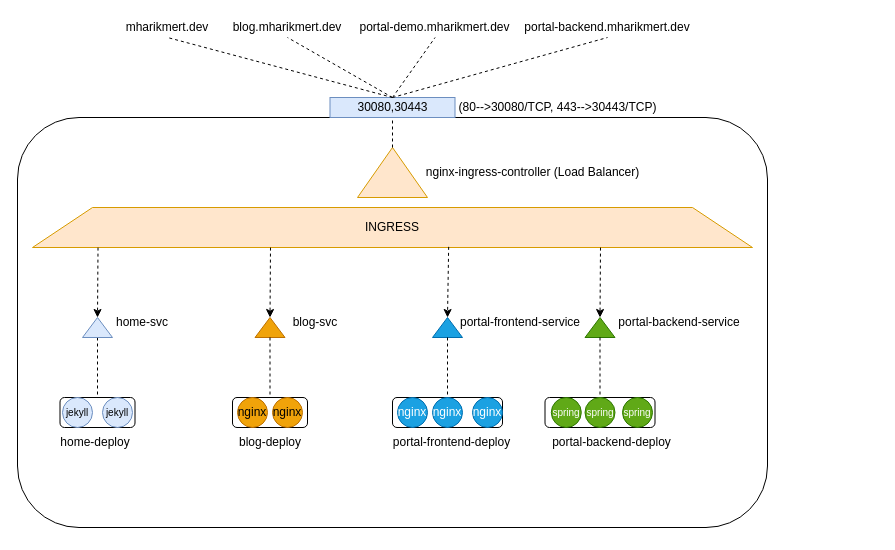
mharikmert/mharikmert.dev-infra keeps this draw.io diagram as infra.drawio. Above is the earlier version. Source tidied: cells renumbered, new cells numbered last; positions are measured from the earlier drawing's top-left corner, leaving out a move shared by most shapes. Both pictures are drawn from the tidied source at 100%, with x=0, y=0 at pixel (17, 17).
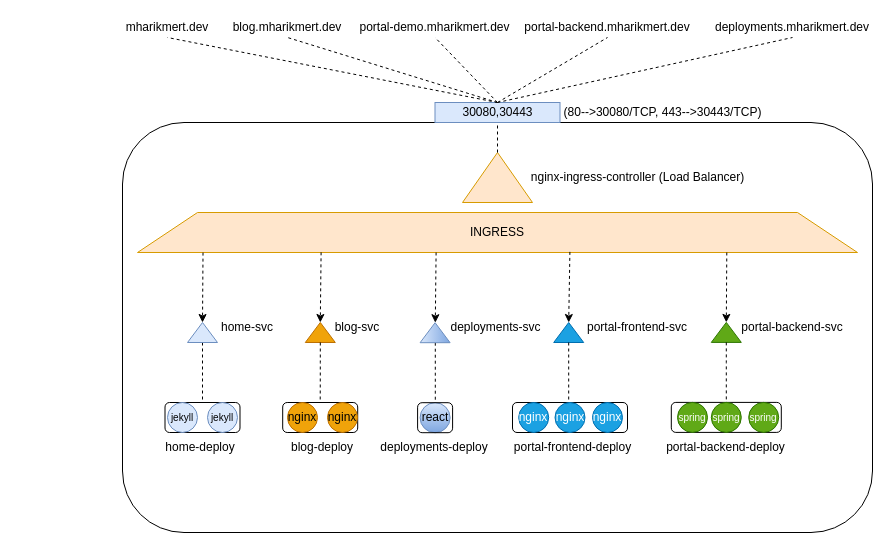
Above is the later version.

Unchanged cells that the change refers to:
```xml
<mxCell id="2" value="portal-demo.mharikmert.dev" style="text;html=1;strokeColor=none;fillColor=none;align=center;verticalAlign=middle;whiteSpace=wrap;rounded=0;" parent="1" vertex="1">
  <mxGeometry x="340.2" width="154.8" height="20" as="geometry" />
</mxCell>
```

The edit, as a diff of the source:
```diff
@@
     <mxCell id="6" style="rounded=1;whiteSpace=wrap;html=1;fillColor=default;" parent="1" vertex="1">
-      <mxGeometry y="100" width="750" height="410" as="geometry" />
+      <mxGeometry x="105" y="105" width="750" height="410" as="geometry" />
     </mxCell>
     <mxCell id="7" style="shape=trapezoid;perimeter=trapezoidPerimeter;whiteSpace=wrap;html=1;fixedSize=1;size=60;fillColor=#ffe6cc;strokeColor=#d79b00;" parent="1" vertex="1">
-      <mxGeometry x="15" y="190" width="720" height="40" as="geometry" />
+      <mxGeometry x="120" y="195" width="720" height="40" as="geometry" />
     </mxCell>
     <mxCell id="8" value="INGRESS" style="text;html=1;strokeColor=none;fillColor=none;align=center;verticalAlign=middle;whiteSpace=wrap;rounded=0;" parent="1" vertex="1">
-      <mxGeometry x="345" y="195" width="60" height="30" as="geometry" />
+      <mxGeometry x="450" y="200" width="60" height="30" as="geometry" />
     </mxCell>
     <mxCell id="9" style="triangle;whiteSpace=wrap;html=1;direction=north;fillColor=#ffe6cc;strokeColor=#d79b00;" parent="1" vertex="1">
-      <mxGeometry x="340" y="130" width="70" height="50" as="geometry" />
+      <mxGeometry x="445" y="135" width="70" height="50" as="geometry" />
     </mxCell>
     <mxCell id="10" value="nginx-ingress-controller (Load Balancer)" style="text;html=1;align=center;verticalAlign=middle;strokeColor=none;fillColor=none;" parent="1" vertex="1">
-      <mxGeometry x="395" y="140" width="240" height="30" as="geometry" />
+      <mxGeometry x="500" y="145" width="240" height="30" as="geometry" />
     </mxCell>
@@
     <mxCell id="12" value="30080,30443" style="rounded=0;whiteSpace=wrap;html=1;strokeColor=#6c8ebf;fillColor=#dae8fc;" parent="1" vertex="1">
-      <mxGeometry x="312.5" y="80" width="125" height="20" as="geometry" />
+      <mxGeometry x="417.5" y="85" width="125" height="20" as="geometry" />
     </mxCell>
     <mxCell id="13" value="(80--&amp;gt;30080/TCP, 443--&amp;gt;30443/TCP)" style="text;html=1;align=center;verticalAlign=middle;strokeColor=none;fillColor=none;" parent="1" vertex="1">
-      <mxGeometry x="430" y="75" width="220" height="30" as="geometry" />
+      <mxGeometry x="535" y="80" width="220" height="30" as="geometry" />
     </mxCell>
@@
-    <mxCell id="15" style="endArrow=none;dashed=1;html=1;rounded=0;entryX=0.5;entryY=1;entryDx=0;entryDy=0;" parent="1" edge="1" target="2">
-      <mxGeometry relative="1" as="geometry">
-        <mxPoint x="375" y="80" as="sourcePoint" />
-      </mxGeometry>
+    <mxCell id="15" style="endArrow=none;dashed=1;html=1;rounded=0;entryX=0.5;entryY=1;entryDx=0;entryDy=0;exitX=0.5;exitY=0;exitDx=0;exitDy=0;" parent="1" edge="1" source="12" target="2">
+      <mxGeometry relative="1" as="geometry" />
     </mxCell>
@@
     <mxCell id="20" style="triangle;whiteSpace=wrap;html=1;direction=north;fillColor=#dae8fc;strokeColor=#6c8ebf;" parent="1" vertex="1">
-      <mxGeometry x="65" y="300" width="30" height="20" as="geometry" />
+      <mxGeometry x="170" y="305" width="30" height="20" as="geometry" />
     </mxCell>
     <mxCell id="21" value="home-svc" style="text;html=1;strokeColor=none;fillColor=none;align=center;verticalAlign=middle;whiteSpace=wrap;rounded=0;" parent="1" vertex="1">
-      <mxGeometry x="85" y="290" width="80" height="30" as="geometry" />
+      <mxGeometry x="190" y="295" width="80" height="30" as="geometry" />
     </mxCell>
     <mxCell id="22" style="rounded=1;whiteSpace=wrap;html=1;fontSize=8;fillColor=default;" parent="1" vertex="1">
-      <mxGeometry x="42.5" y="380" width="75" height="30" as="geometry" />
+      <mxGeometry x="147.5" y="385" width="75" height="30" as="geometry" />
     </mxCell>
     <mxCell id="23" value="home-deploy" style="text;html=1;strokeColor=none;fillColor=none;align=center;verticalAlign=middle;whiteSpace=wrap;rounded=0;" parent="1" vertex="1">
-      <mxGeometry x="37.5" y="410" width="80" height="30" as="geometry" />
+      <mxGeometry x="142.5" y="415" width="80" height="30" as="geometry" />
     </mxCell>
     <mxCell id="24" value="&lt;font size=&quot;1&quot;&gt;jekyll&lt;/font&gt;" style="ellipse;whiteSpace=wrap;html=1;fillColor=#dae8fc;strokeColor=#6c8ebf;" parent="1" vertex="1">
-      <mxGeometry x="45" y="380" width="30" height="30" as="geometry" />
+      <mxGeometry x="150" y="385" width="30" height="30" as="geometry" />
     </mxCell>
-    <mxCell id="25" style="endArrow=classic;html=1;rounded=0;exitX=0.091;exitY=1.003;exitDx=0;exitDy=0;exitPerimeter=0;dashed=1;entryX=1;entryY=0.5;entryDx=0;entryDy=0;" parent="1" edge="1" target="26">
-      <mxGeometry relative="1" as="geometry">
-        <mxPoint x="253" y="230.1" as="sourcePoint" />
-      </mxGeometry>
+    <mxCell id="25" style="endArrow=classic;html=1;rounded=0;dashed=1;entryX=1;entryY=0.5;entryDx=0;entryDy=0;exitX=0.255;exitY=0.996;exitDx=0;exitDy=0;exitPerimeter=0;" parent="1" edge="1" source="7" target="26">
+      <mxGeometry relative="1" as="geometry" />
     </mxCell>
     <mxCell id="26" style="triangle;whiteSpace=wrap;html=1;direction=north;fillColor=#f0a30a;strokeColor=#BD7000;fontColor=#000000;" parent="1" vertex="1">
-      <mxGeometry x="237.5" y="300" width="30" height="20" as="geometry" />
+      <mxGeometry x="287.8" y="305" width="30" height="20" as="geometry" />
     </mxCell>
@@
-    <mxCell id="28" style="ellipse;whiteSpace=wrap;html=1;fillColor=#fff2cc;strokeColor=#d6b656;" parent="1" vertex="1">
-      <mxGeometry x="227.5" y="385" width="20" height="20" as="geometry" />
-    </mxCell>
-    <mxCell id="29" style="ellipse;whiteSpace=wrap;html=1;fillColor=#fff2cc;strokeColor=#d6b656;" parent="1" vertex="1">
-      <mxGeometry x="257.5" y="385" width="20" height="20" as="geometry" />
-    </mxCell>
     <mxCell id="30" style="rounded=1;whiteSpace=wrap;html=1;fontSize=8;fillColor=default;" parent="1" vertex="1">
-      <mxGeometry x="215" y="380" width="75" height="30" as="geometry" />
+      <mxGeometry x="265.2" y="385" width="75" height="30" as="geometry" />
     </mxCell>
     <mxCell id="31" value="blog-deploy" style="text;html=1;strokeColor=none;fillColor=none;align=center;verticalAlign=middle;whiteSpace=wrap;rounded=0;" parent="1" vertex="1">
-      <mxGeometry x="212.5" y="410" width="80" height="30" as="geometry" />
+      <mxGeometry x="265.2" y="415" width="80" height="30" as="geometry" />
     </mxCell>
     <mxCell id="32" value="blog-svc" style="text;html=1;strokeColor=none;fillColor=none;align=center;verticalAlign=middle;whiteSpace=wrap;rounded=0;" parent="1" vertex="1">
-      <mxGeometry x="257.5" y="290" width="80" height="30" as="geometry" />
+      <mxGeometry x="300" y="295" width="80" height="30" as="geometry" />
     </mxCell>
     <mxCell id="33" value="nginx" style="ellipse;whiteSpace=wrap;html=1;fillColor=#f0a30a;strokeColor=#BD7000;fontColor=#000000;" parent="1" vertex="1">
-      <mxGeometry x="220" y="380" width="30" height="30" as="geometry" />
+      <mxGeometry x="270" y="385" width="30" height="30" as="geometry" />
     </mxCell>
-    <mxCell id="34" style="endArrow=classic;html=1;rounded=0;exitX=0.578;exitY=0.984;exitDx=0;exitDy=0;exitPerimeter=0;dashed=1;entryX=1;entryY=0.5;entryDx=0;entryDy=0;" parent="1" edge="1" source="7" target="35">
-      <mxGeometry relative="1" as="geometry" />
+    <mxCell id="34" style="endArrow=classic;html=1;rounded=0;exitX=0.578;exitY=0.984;exitDx=0;exitDy=0;exitPerimeter=0;dashed=1;entryX=1;entryY=0.5;entryDx=0;entryDy=0;" parent="1" edge="1" target="35">
+      <mxGeometry relative="1" as="geometry">
+        <mxPoint x="552.4" y="234.4" as="sourcePoint" />
+      </mxGeometry>
     </mxCell>
     <mxCell id="35" style="triangle;whiteSpace=wrap;html=1;direction=north;fillColor=#1ba1e2;strokeColor=#006EAF;fontColor=#ffffff;" parent="1" vertex="1">
-      <mxGeometry x="415" y="300" width="30" height="20" as="geometry" />
+      <mxGeometry x="536.2" y="305" width="30" height="20" as="geometry" />
     </mxCell>
-    <mxCell id="36" value="portal-frontend-service" style="text;html=1;strokeColor=none;fillColor=none;align=center;verticalAlign=middle;whiteSpace=wrap;rounded=0;" parent="1" vertex="1">
-      <mxGeometry x="437.5" y="290" width="130" height="30" as="geometry" />
+    <mxCell id="36" value="portal-frontend-svc" style="text;html=1;strokeColor=none;fillColor=none;align=center;verticalAlign=middle;whiteSpace=wrap;rounded=0;" parent="1" vertex="1">
+      <mxGeometry x="555" y="294.9" width="130" height="30" as="geometry" />
     </mxCell>
-    <mxCell id="37" style="edgeStyle=orthogonalEdgeStyle;jettySize=auto;html=1;exitX=0;exitY=0.5;exitDx=0;exitDy=0;entryX=0.5;entryY=0;entryDx=0;entryDy=0;strokeColor=default;fontSize=8;rounded=1;endArrow=none;endFill=0;dashed=1;" parent="1" edge="1" source="35" target="39">
+    <mxCell id="37" style="edgeStyle=orthogonalEdgeStyle;jettySize=auto;html=1;exitX=0;exitY=0.5;exitDx=0;exitDy=0;entryX=0.5;entryY=0;entryDx=0;entryDy=0;strokeColor=default;fontSize=8;rounded=1;endArrow=none;endFill=0;dashed=1;" parent="1" edge="1" source="35">
       <mxGeometry relative="1" as="geometry">
+        <mxPoint x="551.2" y="385" as="targetPoint" />
         <Array as="points">
-          <mxPoint x="430" y="320" />
+          <mxPoint x="551.2" y="325" />
         </Array>
       </mxGeometry>
     </mxCell>
-    <mxCell id="38" style="ellipse;whiteSpace=wrap;html=1;fillColor=#fff2cc;strokeColor=#d6b656;" parent="1" vertex="1">
-      <mxGeometry x="387.5" y="385" width="20" height="20" as="geometry" />
-    </mxCell>
     <mxCell id="39" style="rounded=1;whiteSpace=wrap;html=1;fontSize=8;fillColor=default;" parent="1" vertex="1">
-      <mxGeometry x="375" y="380" width="110" height="30" as="geometry" />
+      <mxGeometry x="495" y="385" width="115" height="30" as="geometry" />
     </mxCell>
     <mxCell id="40" value="portal-frontend-deploy" style="text;html=1;strokeColor=none;fillColor=none;align=center;verticalAlign=middle;whiteSpace=wrap;rounded=0;" parent="1" vertex="1">
-      <mxGeometry x="373.8" y="410" width="121.2" height="30" as="geometry" />
+      <mxGeometry x="495" y="415" width="121.2" height="30" as="geometry" />
     </mxCell>
     <mxCell id="41" style="endArrow=classic;html=1;rounded=0;exitX=0.091;exitY=1.003;exitDx=0;exitDy=0;exitPerimeter=0;dashed=1;entryX=1;entryY=0.5;entryDx=0;entryDy=0;" parent="1" edge="1" target="42">
       <mxGeometry relative="1" as="geometry">
-        <mxPoint x="583" y="230.1" as="sourcePoint" />
+        <mxPoint x="709.3" y="235" as="sourcePoint" />
       </mxGeometry>
     </mxCell>
     <mxCell id="42" style="triangle;whiteSpace=wrap;html=1;direction=north;fillColor=#60a917;strokeColor=#2D7600;fontColor=#ffffff;" parent="1" vertex="1">
-      <mxGeometry x="567.5" y="300" width="30" height="20" as="geometry" />
+      <mxGeometry x="693.8" y="304.9" width="30" height="20" as="geometry" />
     </mxCell>
-    <mxCell id="43" value="portal-backend-service" style="text;html=1;strokeColor=none;fillColor=none;align=center;verticalAlign=middle;whiteSpace=wrap;rounded=0;" parent="1" vertex="1">
-      <mxGeometry x="597.5" y="290" width="127.5" height="30" as="geometry" />
+    <mxCell id="43" value="portal-backend-svc" style="text;html=1;strokeColor=none;fillColor=none;align=center;verticalAlign=middle;whiteSpace=wrap;rounded=0;" parent="1" vertex="1">
+      <mxGeometry x="711.2" y="295" width="127.5" height="30" as="geometry" />
     </mxCell>
     <mxCell id="44" style="edgeStyle=orthogonalEdgeStyle;jettySize=auto;html=1;exitX=0;exitY=0.5;exitDx=0;exitDy=0;entryX=0.5;entryY=0;entryDx=0;entryDy=0;strokeColor=default;fontSize=8;rounded=1;endArrow=none;endFill=0;dashed=1;" parent="1" edge="1" source="42">
       <mxGeometry relative="1" as="geometry">
-        <mxPoint x="582.5" y="380" as="targetPoint" />
+        <mxPoint x="708.8" y="384.9" as="targetPoint" />
       </mxGeometry>
     </mxCell>
     <mxCell id="45" value="portal-backend-deploy" style="text;html=1;strokeColor=none;fillColor=none;align=center;verticalAlign=middle;whiteSpace=wrap;rounded=0;" parent="1" vertex="1">
-      <mxGeometry x="533.8" y="410" width="121.2" height="30" as="geometry" />
+      <mxGeometry x="648.1" y="414.9" width="121.2" height="30" as="geometry" />
     </mxCell>
     <mxCell id="46" value="nginx" style="ellipse;whiteSpace=wrap;html=1;fillColor=#1ba1e2;strokeColor=#006EAF;fontColor=#ffffff;" parent="1" vertex="1">
-      <mxGeometry x="380" y="380" width="30" height="30" as="geometry" />
+      <mxGeometry x="501.2" y="385" width="30" height="30" as="geometry" />
     </mxCell>
     <mxCell id="47" value="&lt;span style=&quot;font-size: x-small;&quot;&gt;jekyll&lt;/span&gt;" style="ellipse;whiteSpace=wrap;html=1;fillColor=#dae8fc;strokeColor=#6c8ebf;" parent="1" vertex="1">
-      <mxGeometry x="85" y="380" width="30" height="30" as="geometry" />
+      <mxGeometry x="190" y="385" width="30" height="30" as="geometry" />
     </mxCell>
     <mxCell id="48" value="nginx" style="ellipse;whiteSpace=wrap;html=1;fillColor=#f0a30a;strokeColor=#BD7000;fontColor=#000000;" parent="1" vertex="1">
-      <mxGeometry x="255" y="380" width="30" height="30" as="geometry" />
+      <mxGeometry x="310" y="385" width="30" height="30" as="geometry" />
     </mxCell>
     <mxCell id="49" style="rounded=1;whiteSpace=wrap;html=1;fontSize=8;fillColor=default;" parent="1" vertex="1">
-      <mxGeometry x="527.5" y="380" width="110" height="30" as="geometry" />
+      <mxGeometry x="653.8" y="384.9" width="110" height="30" as="geometry" />
     </mxCell>
     <mxCell id="50" value="&lt;font style=&quot;font-size: 10px;&quot;&gt;spring&lt;/font&gt;" style="ellipse;whiteSpace=wrap;html=1;fillColor=#60a917;strokeColor=#2D7600;fontColor=#ffffff;" parent="1" vertex="1">
-      <mxGeometry x="533.8" y="380" width="30" height="30" as="geometry" />
+      <mxGeometry x="660" y="384.9" width="30" height="30" as="geometry" />
     </mxCell>
     <mxCell id="51" value="nginx" style="ellipse;whiteSpace=wrap;html=1;fillColor=#1ba1e2;strokeColor=#006EAF;fontColor=#ffffff;" parent="1" vertex="1">
-      <mxGeometry x="415" y="380" width="30" height="30" as="geometry" />
+      <mxGeometry x="537.5" y="385" width="30" height="30" as="geometry" />
     </mxCell>
     <mxCell id="52" value="nginx" style="ellipse;whiteSpace=wrap;html=1;fillColor=#1ba1e2;strokeColor=#006EAF;fontColor=#ffffff;" parent="1" vertex="1">
-      <mxGeometry x="455" y="380" width="30" height="30" as="geometry" />
+      <mxGeometry x="575" y="385" width="30" height="30" as="geometry" />
     </mxCell>
     <mxCell id="53" value="&lt;span style=&quot;font-size: 10px;&quot;&gt;spring&lt;/span&gt;" style="ellipse;whiteSpace=wrap;html=1;fillColor=#60a917;strokeColor=#2D7600;fontColor=#ffffff;" parent="1" vertex="1">
-      <mxGeometry x="567.5" y="380" width="30" height="30" as="geometry" />
+      <mxGeometry x="693.8" y="384.9" width="30" height="30" as="geometry" />
     </mxCell>
     <mxCell id="54" value="&lt;span style=&quot;font-size: 10px;&quot;&gt;spring&lt;/span&gt;" style="ellipse;whiteSpace=wrap;html=1;fillColor=#60a917;strokeColor=#2D7600;fontColor=#ffffff;" parent="1" vertex="1">
-      <mxGeometry x="605" y="380" width="30" height="30" as="geometry" />
+      <mxGeometry x="731.2" y="384.9" width="30" height="30" as="geometry" />
     </mxCell>
+    <mxCell id="55" value="deployments.mharikmert.dev" style="text;html=1;strokeColor=none;fillColor=none;align=center;verticalAlign=middle;whiteSpace=wrap;rounded=0;" parent="1" vertex="1">
+      <mxGeometry x="690" width="170" height="20" as="geometry" />
+    </mxCell>
+    <mxCell id="56" style="endArrow=none;dashed=1;html=1;rounded=0;entryX=0.5;entryY=1;entryDx=0;entryDy=0;exitX=0.5;exitY=0;exitDx=0;exitDy=0;" parent="1" edge="1" source="12" target="55">
+      <mxGeometry relative="1" as="geometry" />
+    </mxCell>
+    <mxCell id="57" style="endArrow=classic;html=1;rounded=0;dashed=1;entryX=1;entryY=0.5;entryDx=0;entryDy=0;exitX=0.255;exitY=0.996;exitDx=0;exitDy=0;exitPerimeter=0;" parent="1" edge="1">
+      <mxGeometry relative="1" as="geometry">
+        <mxPoint x="418.6" y="235" as="sourcePoint" />
+        <mxPoint x="417.8" y="305.2" as="targetPoint" />
+      </mxGeometry>
+    </mxCell>
+    <mxCell id="58" value="deployments-svc" style="text;html=1;strokeColor=none;fillColor=none;align=center;verticalAlign=middle;whiteSpace=wrap;rounded=0;" parent="1" vertex="1">
+      <mxGeometry x="426.2" y="294.9" width="105" height="30" as="geometry" />
+    </mxCell>
+    <mxCell id="59" style="edgeStyle=orthogonalEdgeStyle;orthogonalLoop=1;jettySize=auto;html=1;exitX=0;exitY=0.5;exitDx=0;exitDy=0;entryX=0.5;entryY=0;entryDx=0;entryDy=0;strokeColor=default;fontSize=8;rounded=1;endArrow=none;endFill=0;dashed=1;" parent="1" edge="1">
+      <mxGeometry relative="1" as="geometry">
+        <mxPoint x="417.8" y="325.2" as="sourcePoint" />
+        <mxPoint x="417.8" y="385.2" as="targetPoint" />
+      </mxGeometry>
+    </mxCell>
+    <mxCell id="60" value="react" style="ellipse;whiteSpace=wrap;html=1;fillColor=#dae8fc;strokeColor=#6c8ebf;gradientColor=#7ea6e0;" parent="1" vertex="1">
+      <mxGeometry x="402.6" y="385.2" width="30" height="30" as="geometry" />
+    </mxCell>
+    <mxCell id="61" style="rounded=1;whiteSpace=wrap;html=1;fontSize=8;fillColor=none;" parent="1" vertex="1">
+      <mxGeometry x="400.1" y="385.2" width="35" height="30" as="geometry" />
+    </mxCell>
+    <mxCell id="62" style="triangle;whiteSpace=wrap;html=1;direction=north;fillColor=#dae8fc;strokeColor=#6c8ebf;gradientColor=#7ea6e0;" parent="1" vertex="1">
+      <mxGeometry x="402.6" y="305.2" width="30" height="20" as="geometry" />
+    </mxCell>
+    <mxCell id="63" value="deployments-deploy" style="text;html=1;strokeColor=none;fillColor=none;align=center;verticalAlign=middle;whiteSpace=wrap;rounded=0;" parent="1" vertex="1">
+      <mxGeometry x="361.4" y="415.2" width="112.4" height="30" as="geometry" />
+    </mxCell>
```
